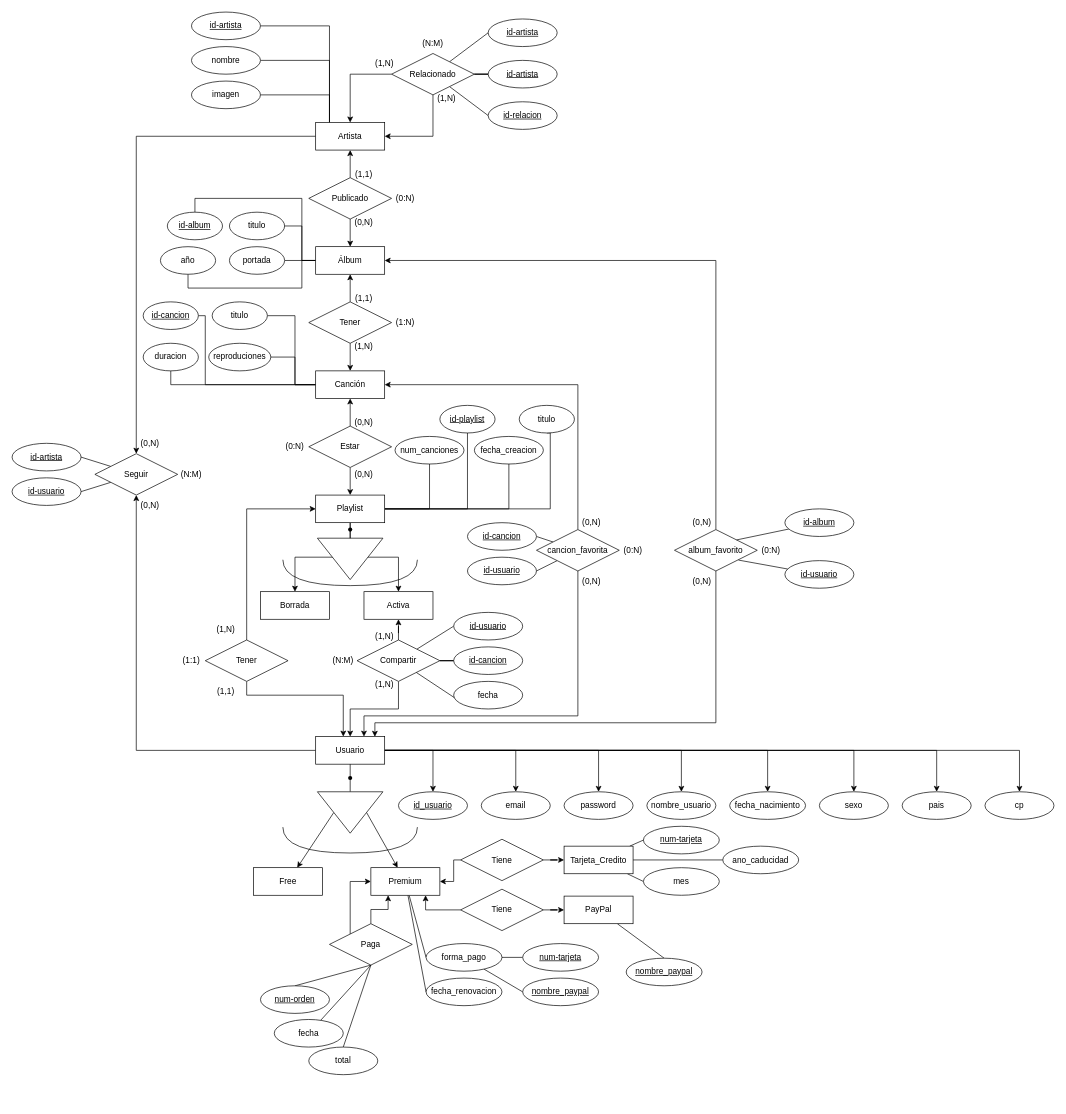
Earlier version of the draw.io diagram Spotify2.drawio (miguelelinformatico/2025_26). Source tidied: cells renumbered, new cells numbered last; positions are measured from the earlier drawing's top-left corner, leaving out a move shared by most shapes. Both pictures are drawn from the tidied source at 69%, with x=0, y=0 at pixel (12, 12).
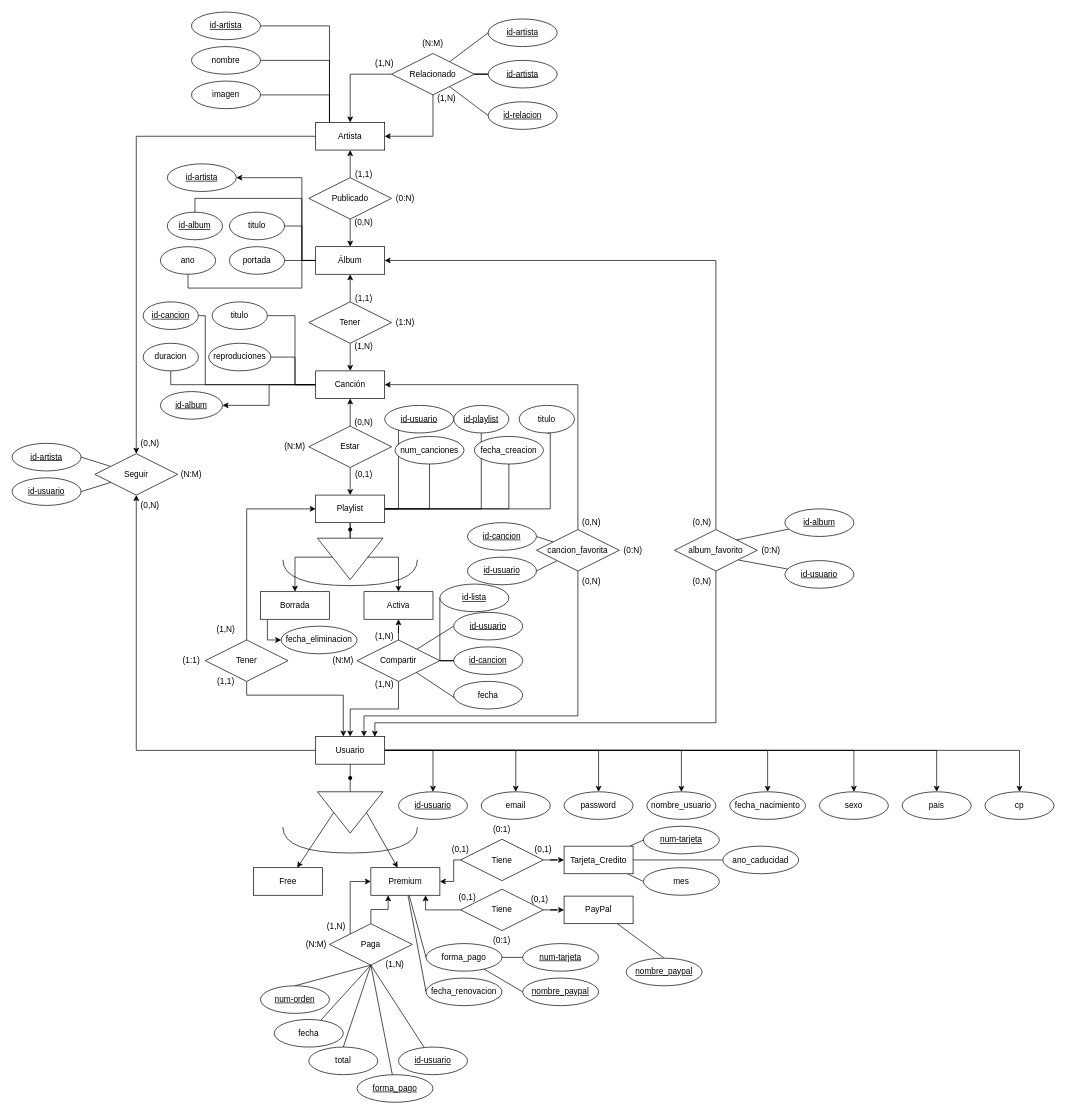
After the change.

The change refers to these unchanged cells:
```xml
<mxCell id="23" value="Playlist" style="whiteSpace=wrap;html=1;align=center;" parent="1" vertex="1">
  <mxGeometry x="440" y="700" width="100" height="40" as="geometry" />
</mxCell>
<mxCell id="28" value="Álbum" style="whiteSpace=wrap;html=1;align=center;" parent="1" vertex="1">
  <mxGeometry x="440" y="340" width="100" height="40" as="geometry" />
</mxCell>
<mxCell id="33" value="Canción" style="whiteSpace=wrap;html=1;align=center;" parent="1" vertex="1">
  <mxGeometry x="440" y="520" width="100" height="40" as="geometry" />
</mxCell>
<mxCell id="46" value="Compartir" style="shape=rhombus;perimeter=rhombusPerimeter;whiteSpace=wrap;html=1;align=center;" parent="1" vertex="1">
  <mxGeometry x="500" y="910" width="120" height="60" as="geometry" />
</mxCell>
<mxCell id="86" value="Borrada" style="whiteSpace=wrap;html=1;align=center;" parent="1" vertex="1">
  <mxGeometry x="360" y="840" width="100" height="40" as="geometry" />
</mxCell>
<mxCell id="149" value="Paga" style="shape=rhombus;perimeter=rhombusPerimeter;whiteSpace=wrap;html=1;align=center;" parent="1" vertex="1">
  <mxGeometry x="460" y="1321.2" width="120" height="60" as="geometry" />
</mxCell>
```

Change to the diagram source:
```diff
@@
+    <mxCell id="180" style="edgeStyle=orthogonalEdgeStyle;rounded=0;jettySize=auto;html=1;entryX=0;entryY=0.5;entryDx=0;entryDy=0;" parent="1" edge="1" source="23" target="189">
+      <mxGeometry relative="1" as="geometry">
+        <Array as="points">
+          <mxPoint x="560" y="720" />
+          <mxPoint x="560" y="590" />
+        </Array>
+      </mxGeometry>
+    </mxCell>
@@
+    <mxCell id="181" style="edgeStyle=orthogonalEdgeStyle;rounded=0;jettySize=auto;html=1;entryX=1;entryY=0.5;entryDx=0;entryDy=0;" parent="1" edge="1" source="28" target="188">
+      <mxGeometry relative="1" as="geometry">
+        <Array as="points">
+          <mxPoint x="420" y="360" />
+          <mxPoint x="420" y="240" />
+        </Array>
+      </mxGeometry>
+    </mxCell>
@@
+    <mxCell id="182" style="edgeStyle=orthogonalEdgeStyle;rounded=0;jettySize=auto;html=1;" parent="1" edge="1" source="33" target="187">
+      <mxGeometry relative="1" as="geometry" />
+    </mxCell>
@@
     <mxCell id="80" value="(1,1)" style="text;html=1;whiteSpace=wrap;strokeColor=none;fillColor=none;align=center;verticalAlign=middle;rounded=0;" parent="1" vertex="1">
-      <mxGeometry x="280" y="970" width="60" height="30" as="geometry" />
+      <mxGeometry x="280" y="955" width="60" height="30" as="geometry" />
     </mxCell>
@@
+    <mxCell id="183" style="rounded=0;jettySize=auto;html=1;entryX=0;entryY=0.5;entryDx=0;entryDy=0;endArrow=none;endFill=0;exitX=1;exitY=0.5;exitDx=0;exitDy=0;" parent="1" edge="1" source="46" target="202">
+      <mxGeometry relative="1" as="geometry" />
+    </mxCell>
@@
+    <mxCell id="184" style="edgeStyle=orthogonalEdgeStyle;rounded=0;jettySize=auto;html=1;entryX=0;entryY=0.5;entryDx=0;entryDy=0;" parent="1" edge="1" source="86" target="186">
+      <mxGeometry relative="1" as="geometry">
+        <Array as="points">
+          <mxPoint x="370" y="910" />
+        </Array>
+      </mxGeometry>
+    </mxCell>
@@
-    <mxCell id="101" value="(0,N)" style="text;html=1;whiteSpace=wrap;strokeColor=none;fillColor=none;align=center;verticalAlign=middle;rounded=0;" parent="1" vertex="1">
+    <mxCell id="101" value="(0,1)" style="text;html=1;whiteSpace=wrap;strokeColor=none;fillColor=none;align=center;verticalAlign=middle;rounded=0;" parent="1" vertex="1">
       <mxGeometry x="480" y="655" width="60" height="30" as="geometry" />
     </mxCell>
@@
-    <mxCell id="103" value="(0:N)" style="text;html=1;whiteSpace=wrap;strokeColor=none;fillColor=none;align=center;verticalAlign=middle;rounded=0;" parent="1" vertex="1">
+    <mxCell id="103" value="(N:M)" style="text;html=1;whiteSpace=wrap;strokeColor=none;fillColor=none;align=center;verticalAlign=middle;rounded=0;" parent="1" vertex="1">
       <mxGeometry x="380" y="615" width="60" height="30" as="geometry" />
     </mxCell>
@@
-    <mxCell id="125" value="&lt;u&gt;id_usuario&lt;/u&gt;" style="ellipse;whiteSpace=wrap;html=1;align=center;" parent="1" vertex="1">
+    <mxCell id="125" value="&lt;u&gt;id-usuario&lt;/u&gt;" style="ellipse;whiteSpace=wrap;html=1;align=center;" parent="1" vertex="1">
       <mxGeometry x="560" y="1130" width="100" height="40" as="geometry" />
     </mxCell>
@@
+    <mxCell id="185" style="rounded=0;jettySize=auto;html=1;endArrow=none;endFill=0;exitX=0.5;exitY=1;exitDx=0;exitDy=0;" parent="1" edge="1" source="149" target="194">
+      <mxGeometry relative="1" as="geometry" />
+    </mxCell>
@@
     <mxCell id="156" value="&lt;u&gt;id-playlist&lt;/u&gt;" style="ellipse;whiteSpace=wrap;html=1;align=center;" parent="1" vertex="1">
-      <mxGeometry x="620" y="570" width="80" height="40" as="geometry" />
+      <mxGeometry x="640" y="570" width="80" height="40" as="geometry" />
     </mxCell>
@@
-    <mxCell id="166" value="año" style="ellipse;whiteSpace=wrap;html=1;align=center;" parent="1" vertex="1">
+    <mxCell id="166" value="ano" style="ellipse;whiteSpace=wrap;html=1;align=center;" parent="1" vertex="1">
       <mxGeometry x="215" y="340" width="80" height="40" as="geometry" />
     </mxCell>
@@
+    <mxCell id="186" value="fecha_eliminacion" style="ellipse;whiteSpace=wrap;html=1;align=center;" parent="1" vertex="1">
+      <mxGeometry x="390" y="890" width="110" height="40" as="geometry" />
+    </mxCell>
+    <mxCell id="187" value="&lt;u&gt;id-album&lt;/u&gt;" style="ellipse;whiteSpace=wrap;html=1;align=center;" parent="1" vertex="1">
+      <mxGeometry x="215" y="550" width="90" height="40" as="geometry" />
+    </mxCell>
+    <mxCell id="188" value="&lt;u&gt;id-artista&lt;/u&gt;" style="ellipse;whiteSpace=wrap;html=1;align=center;" parent="1" vertex="1">
+      <mxGeometry x="225" y="220" width="100" height="40" as="geometry" />
+    </mxCell>
+    <mxCell id="189" value="&lt;u&gt;id-usuario&lt;/u&gt;" style="ellipse;whiteSpace=wrap;html=1;align=center;" parent="1" vertex="1">
+      <mxGeometry x="540" y="570" width="100" height="40" as="geometry" />
+    </mxCell>
+    <mxCell id="190" value="(0,1)" style="text;html=1;whiteSpace=wrap;strokeColor=none;fillColor=none;align=center;verticalAlign=middle;rounded=0;" parent="1" vertex="1">
+      <mxGeometry x="620" y="1198.8" width="60" height="30" as="geometry" />
+    </mxCell>
+    <mxCell id="191" value="(0,1)" style="text;html=1;whiteSpace=wrap;strokeColor=none;fillColor=none;align=center;verticalAlign=middle;rounded=0;" parent="1" vertex="1">
+      <mxGeometry x="740" y="1198.8" width="60" height="30" as="geometry" />
+    </mxCell>
+    <mxCell id="192" value="(0,1)" style="text;html=1;whiteSpace=wrap;strokeColor=none;fillColor=none;align=center;verticalAlign=middle;rounded=0;" parent="1" vertex="1">
+      <mxGeometry x="735" y="1271.2" width="60" height="30" as="geometry" />
+    </mxCell>
+    <mxCell id="193" value="(0,1)" style="text;html=1;whiteSpace=wrap;strokeColor=none;fillColor=none;align=center;verticalAlign=middle;rounded=0;" parent="1" vertex="1">
+      <mxGeometry x="630" y="1267.5" width="60" height="30" as="geometry" />
+    </mxCell>
+    <mxCell id="194" value="&lt;u&gt;forma_pago&lt;/u&gt;" style="ellipse;whiteSpace=wrap;html=1;align=center;" parent="1" vertex="1">
+      <mxGeometry x="500" y="1540" width="110" height="40" as="geometry" />
+    </mxCell>
+    <mxCell id="195" value="(1,N)" style="text;html=1;whiteSpace=wrap;strokeColor=none;fillColor=none;align=center;verticalAlign=middle;rounded=0;" parent="1" vertex="1">
+      <mxGeometry x="440" y="1310" width="60" height="30" as="geometry" />
+    </mxCell>
+    <mxCell id="196" value="(1,N)" style="text;html=1;whiteSpace=wrap;strokeColor=none;fillColor=none;align=center;verticalAlign=middle;rounded=0;" parent="1" vertex="1">
+      <mxGeometry x="525" y="1366.2" width="60" height="30" as="geometry" />
+    </mxCell>
+    <mxCell id="197" value="(0:1)" style="text;html=1;whiteSpace=wrap;strokeColor=none;fillColor=none;align=center;verticalAlign=middle;rounded=0;" parent="1" vertex="1">
+      <mxGeometry x="680" y="1170" width="60" height="30" as="geometry" />
+    </mxCell>
+    <mxCell id="198" value="(0:1)" style="text;html=1;whiteSpace=wrap;strokeColor=none;fillColor=none;align=center;verticalAlign=middle;rounded=0;" parent="1" vertex="1">
+      <mxGeometry x="680" y="1331.2" width="60" height="30" as="geometry" />
+    </mxCell>
+    <mxCell id="199" value="(N:M)" style="text;html=1;whiteSpace=wrap;strokeColor=none;fillColor=none;align=center;verticalAlign=middle;rounded=0;" parent="1" vertex="1">
+      <mxGeometry x="411.2" y="1336.2" width="60" height="30" as="geometry" />
+    </mxCell>
+    <mxCell id="200" style="rounded=0;jettySize=auto;html=1;endArrow=none;endFill=0;entryX=0.5;entryY=1;entryDx=0;entryDy=0;" parent="1" edge="1" source="201" target="149">
+      <mxGeometry relative="1" as="geometry" />
+    </mxCell>
+    <mxCell id="201" value="&lt;u&gt;id-usuario&lt;/u&gt;" style="ellipse;whiteSpace=wrap;html=1;align=center;" parent="1" vertex="1">
+      <mxGeometry x="560" y="1500" width="100" height="40" as="geometry" />
+    </mxCell>
+    <mxCell id="202" value="&lt;u&gt;id-lista&lt;/u&gt;" style="ellipse;whiteSpace=wrap;html=1;align=center;" parent="1" vertex="1">
+      <mxGeometry x="620" y="829" width="100" height="40" as="geometry" />
+    </mxCell>
```
